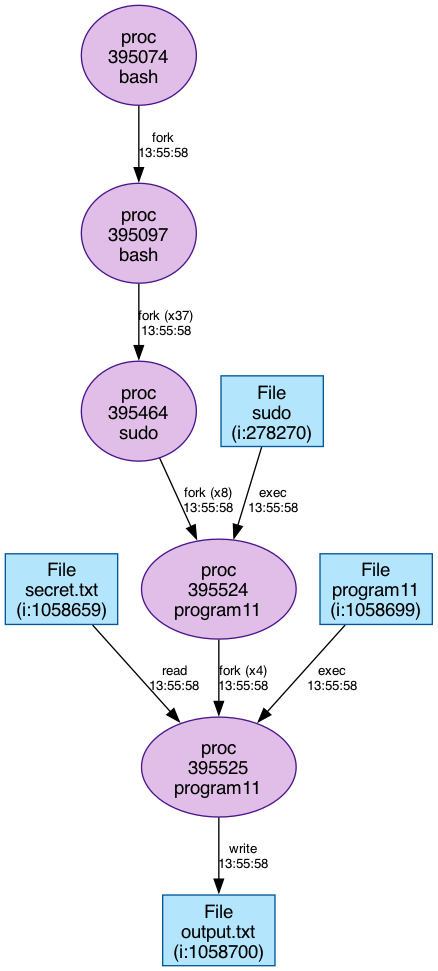
The Graphviz diagram reports/backward/backward_274.png in return2faye/beattracker, before a commit. Its source is kept beside it as reports/backward/backward_274.dot.
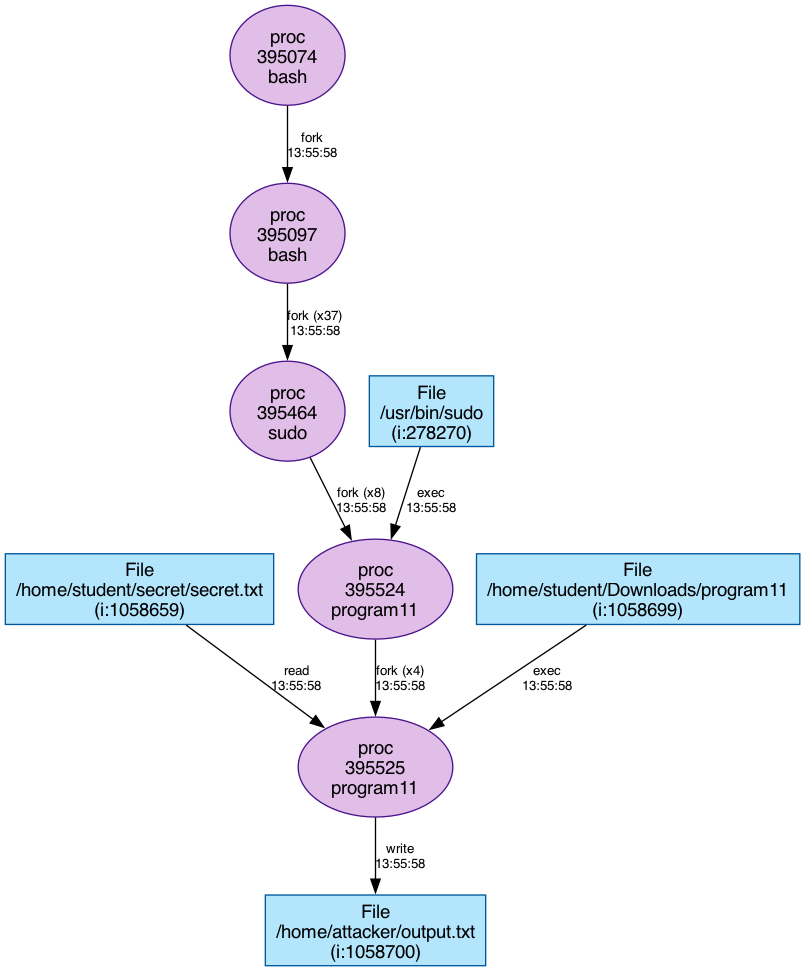
After the commit.

Commit message:
use full path in diagram for better visualization

The edit, as a diff of the source:
```diff
@@ -3,14 +3,14 @@
   node [fontname="Helvetica"];
   edge [fontname="Helvetica", fontsize=10];
   "proc_395525" [label="proc\n395525\nprogram11", shape=ellipse, style="filled", fillcolor="#E1BEE7", color="#4A148C"];
-  "file_1058659" [label="File\nsecret.txt\n(i:1058659)", shape=box, style="filled", fillcolor="#B3E5FC", color="#01579B"];
+  "file_1058659" [label="File\n/home/student/secret/secret.txt\n(i:1058659)", shape=box, style="filled", fillcolor="#B3E5FC", color="#01579B"];
   "proc_395524" [label="proc\n395524\nprogram11", shape=ellipse, style="filled", fillcolor="#E1BEE7", color="#4A148C"];
-  "file_1058699" [label="File\nprogram11\n(i:1058699)", shape=box, style="filled", fillcolor="#B3E5FC", color="#01579B"];
+  "file_1058699" [label="File\n/home/student/Downloads/program11\n(i:1058699)", shape=box, style="filled", fillcolor="#B3E5FC", color="#01579B"];
   "proc_395464" [label="proc\n395464\nsudo", shape=ellipse, style="filled", fillcolor="#E1BEE7", color="#4A148C"];
-  "file_278270" [label="File\nsudo\n(i:278270)", shape=box, style="filled", fillcolor="#B3E5FC", color="#01579B"];
+  "file_278270" [label="File\n/usr/bin/sudo\n(i:278270)", shape=box, style="filled", fillcolor="#B3E5FC", color="#01579B"];
   "proc_395097" [label="proc\n395097\nbash", shape=ellipse, style="filled", fillcolor="#E1BEE7", color="#4A148C"];
   "proc_395074" [label="proc\n395074\nbash", shape=ellipse, style="filled", fillcolor="#E1BEE7", color="#4A148C"];
-  "file_1058700" [label="File\noutput.txt\n(i:1058700)", shape=box, style="filled", fillcolor="#B3E5FC", color="#01579B"];
+  "file_1058700" [label="File\n/home/attacker/output.txt\n(i:1058700)", shape=box, style="filled", fillcolor="#B3E5FC", color="#01579B"];
   "file_1058659" -> "proc_395525" [label="read\n13:55:58"];
   "proc_395524" -> "proc_395525" [label="fork (x4)\n13:55:58"];
   "file_1058699" -> "proc_395525" [label="exec\n13:55:58"];
```
